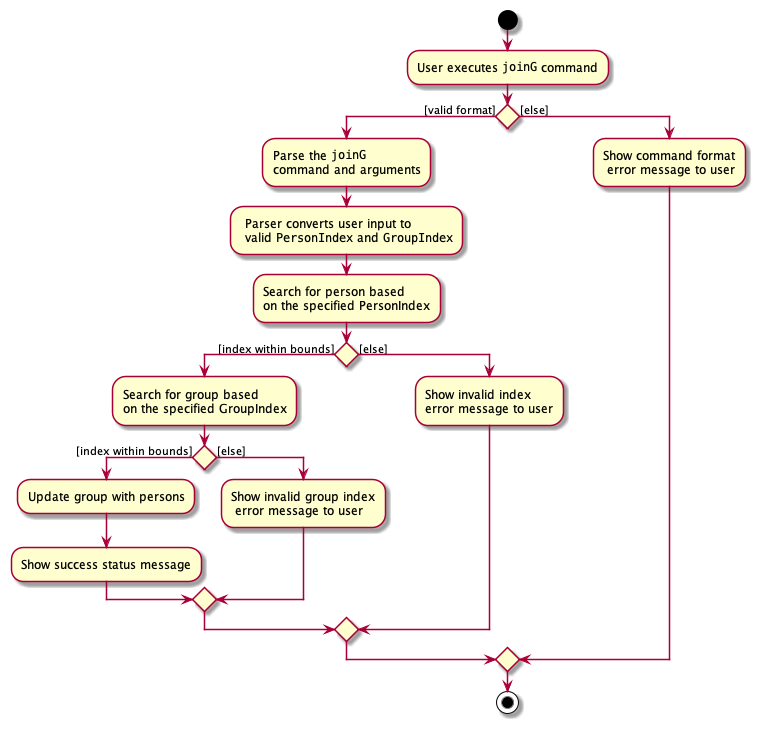
Before: docs/images/JoinGroupActivityDiagram.png, a diagram exported from PlantUML (thanwinnikki/tp).
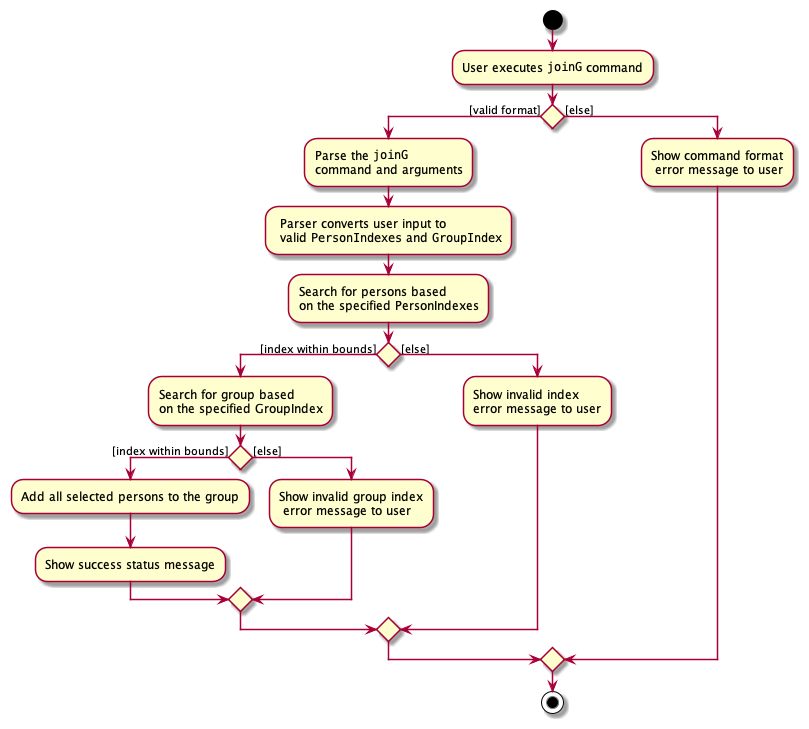
Later version of the same file.

The edit, as a diff of the source:
```diff
@@ -9,10 +9,10 @@
     command and arguments;
 
     : Parser converts user input to
-     valid ""PersonIndex"" and ""GroupIndex"";
+     valid ""PersonIndexes"" and ""GroupIndex"";
 
-    :Search for person based
-    on the specified PersonIndex;
+    :Search for persons based
+    on the specified PersonIndexes;
 
     if () then ([index within bounds])
 
@@ -21,7 +21,7 @@
 
     if () then ([index within bounds])
 
-    :Update group with persons;
+    :Add all selected persons to the group;
 
     :Show success status message;
 
```
